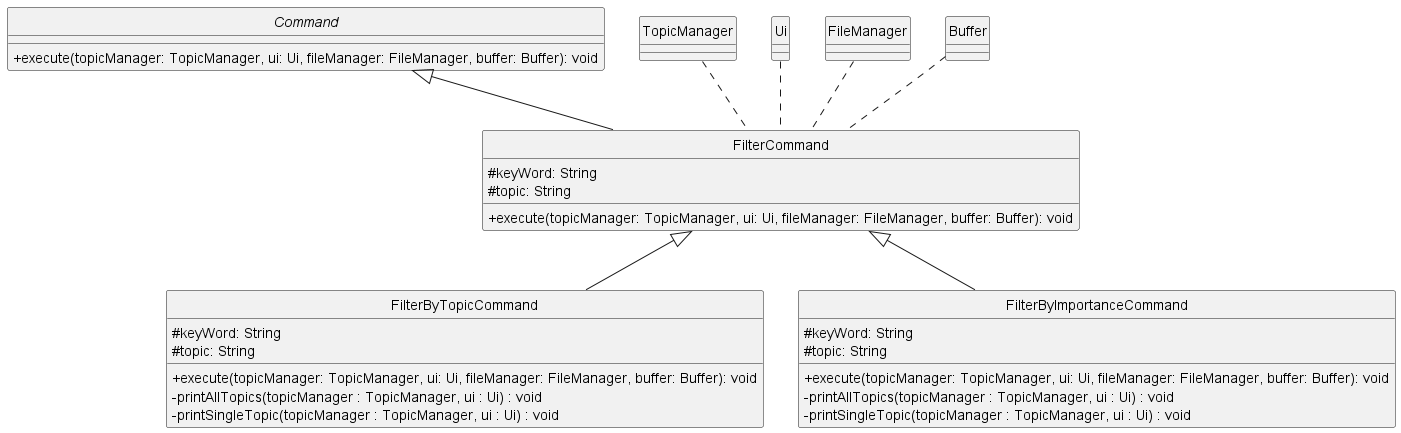
ong-ck/tp keeps this PlantUML diagram as docs/class-diagrams/diagrams/FilterClass.png. Above is the earlier version.
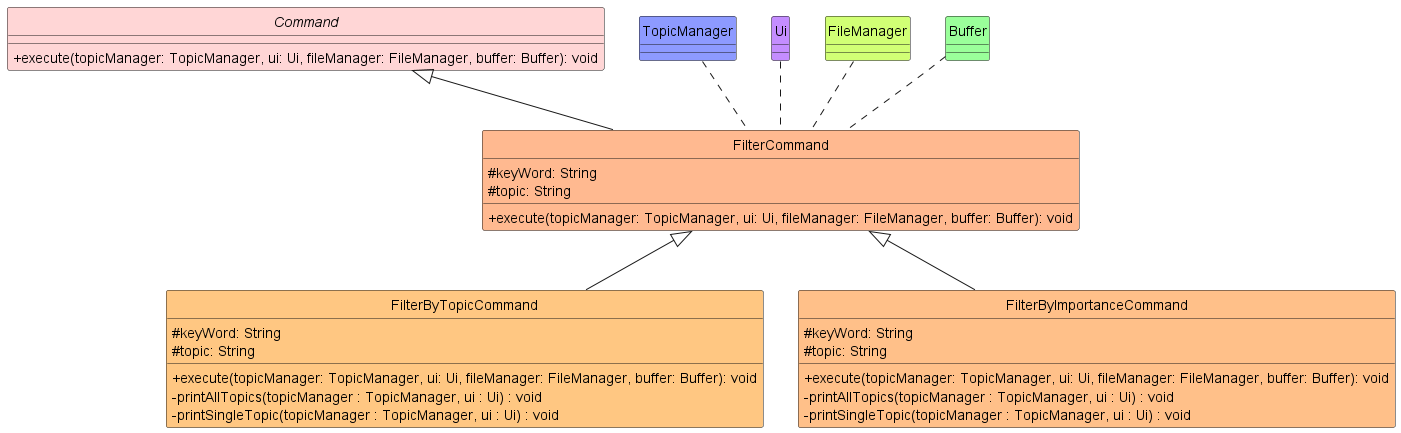
After the change.

Diff of the diagram source:
```diff
@@ -1,19 +1,20 @@
 @startuml
+!include ../../style.iuml
 skinparam classAttributeIconSize 0
 hide circle
 
-abstract class Command {
+abstract class Command Command_STYLE {
     +execute(topicManager: TopicManager, ui: Ui, fileManager: FileManager, buffer: Buffer): void
 }
 
-class FilterCommand {
+class FilterCommand FilterCommand_STYLE {
     #keyWord: String
     #topic: String
 
     +execute(topicManager: TopicManager, ui: Ui, fileManager: FileManager, buffer: Buffer): void
 }
 
-class FilterByTopicCommand {
+class FilterByTopicCommand FilterByTopicCommand_STYLE {
     #keyWord: String
     #topic: String
 
@@ -22,7 +23,7 @@
     -printSingleTopic(topicManager : TopicManager, ui : Ui) : void
 }
 
-class FilterByImportanceCommand {
+class FilterByImportanceCommand FilterByImportanceCommand_STYLE {
     #keyWord: String
     #topic: String
 
@@ -31,16 +32,16 @@
     -printSingleTopic(topicManager : TopicManager, ui : Ui) : void
 }
 
-class TopicManager {
+class TopicManager TopicManager_STYLE {
 }
 
-class Ui {
+class Ui Ui_STYLE {
 }
 
-class FileManager {
+class FileManager FileManager_STYLE {
 }
 
-class Buffer {
+class Buffer Buffer_STYLE {
 }
 
 Command <|-- FilterCommand
```
